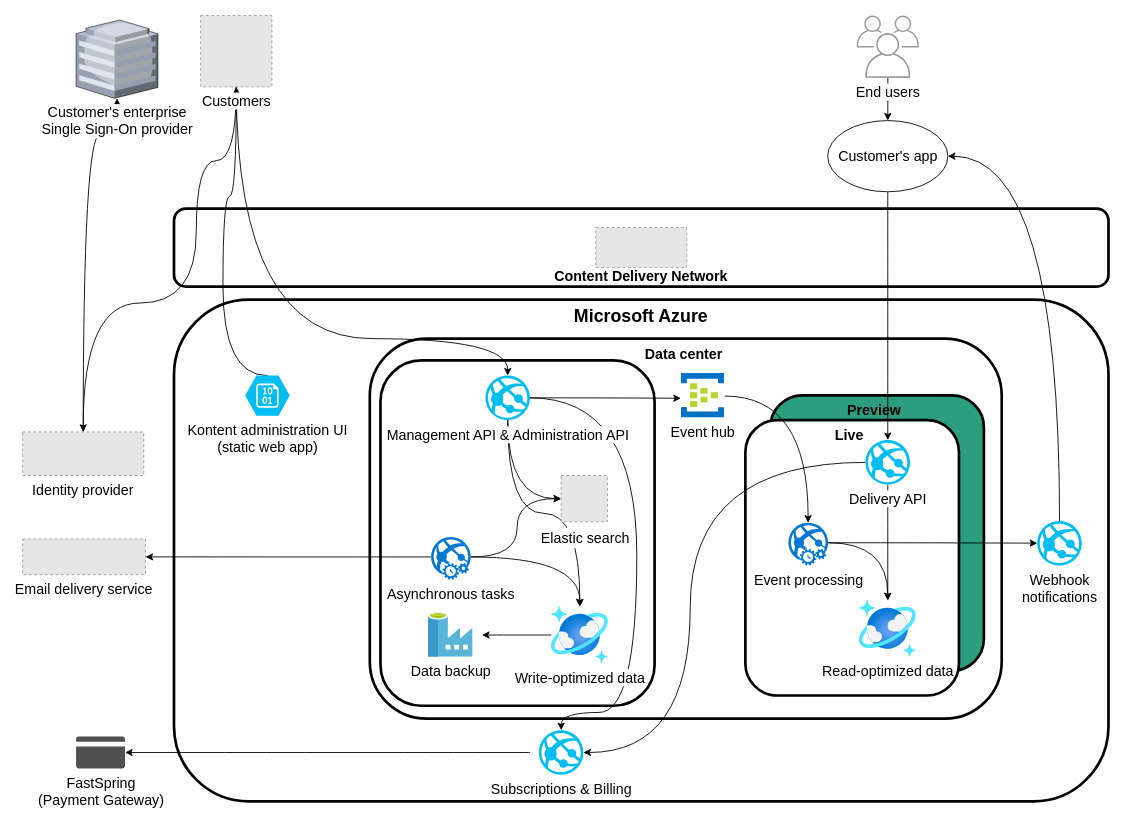
Before: architecture/kontent architecture lite.drawio in Kontent-ai-Learn/kontent-ai-learn-diagrams, a draw.io diagram. Source tidied: cells renumbered, new cells numbered last; positions are measured from the earlier drawing's top-left corner, leaving out a move shared by most shapes. Both pictures are drawn from the tidied source at 89%, with x=0, y=0 at pixel (22, 15). Pictures stored in the file or linked from it are replaced by grey dashed boxes.
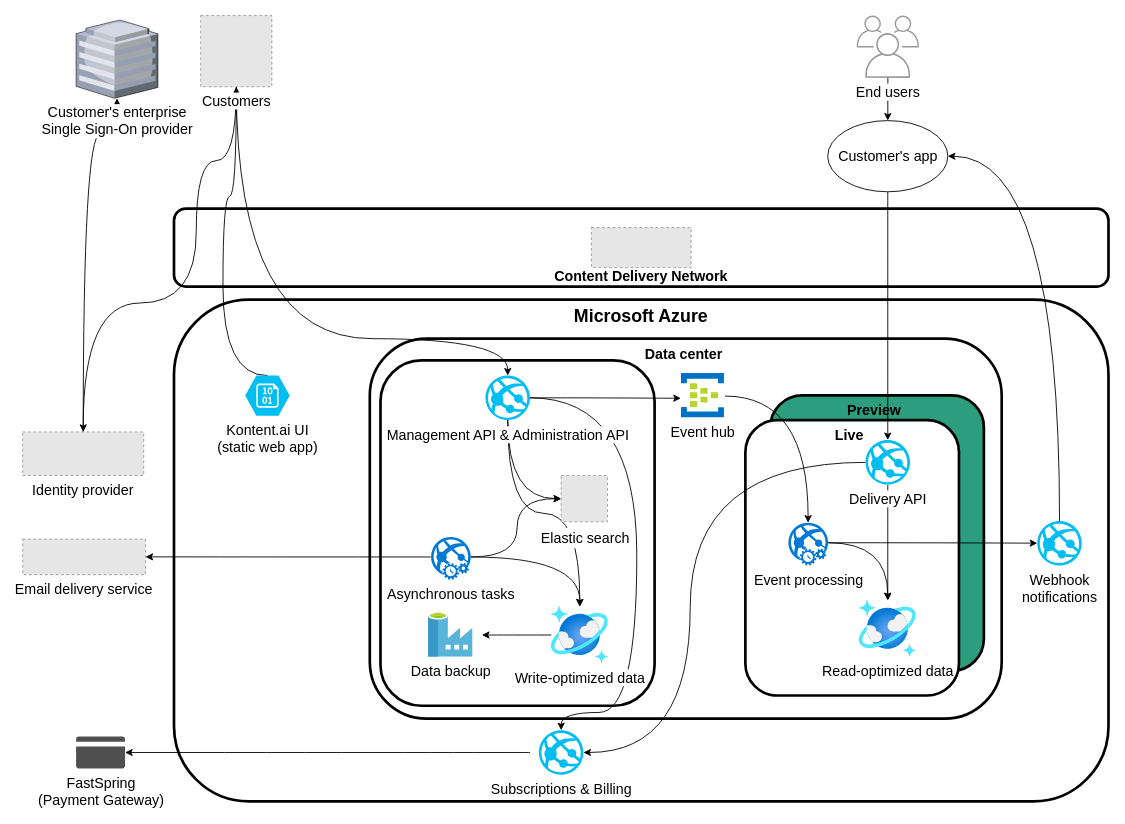
Above is the later version.

Change to the diagram source:
```diff
@@
-    <mxCell id="38" value="&lt;div style=&quot;font-size: 16px&quot;&gt;&lt;font style=&quot;font-size: 16px&quot;&gt;Kontent administration UI&lt;br&gt;&lt;/font&gt;&lt;/div&gt;&lt;div style=&quot;font-size: 16px&quot;&gt;&lt;font style=&quot;font-size: 16px&quot;&gt;(static web app)&lt;br&gt;&lt;/font&gt;&lt;/div&gt;" style="verticalLabelPosition=bottom;html=1;verticalAlign=top;align=center;strokeColor=none;fillColor=#00BEF2;shape=mxgraph.azure.storage_blob;fontSize=30;fontFamily=Work Sans;" parent="1" vertex="1">
+    <mxCell id="38" value="&lt;div style=&quot;font-size: 16px&quot;&gt;&lt;font style=&quot;font-size: 16px&quot;&gt;Kontent.ai UI&lt;br&gt;&lt;/font&gt;&lt;/div&gt;&lt;div style=&quot;font-size: 16px&quot;&gt;&lt;font style=&quot;font-size: 16px&quot;&gt;(static web app)&lt;br&gt;&lt;/font&gt;&lt;/div&gt;" style="verticalLabelPosition=bottom;html=1;verticalAlign=top;align=center;strokeColor=none;fillColor=#00BEF2;shape=mxgraph.azure.storage_blob;fontSize=30;fontFamily=Work Sans;" parent="1" vertex="1">
       <mxGeometry x="250" y="404.5" width="50" height="45" as="geometry" />
     </mxCell>
@@
     <mxCell id="42" style="fillColor=#E6E6E6;strokeColor=#999999;dashed=1;verticalLabelPosition=bottom;labelBackgroundColor=#ffffff;verticalAlign=top;fontStyle=0;labelPosition=center;align=center;fontSize=16;spacing=3;spacingTop=-4;fontFamily=Work Sans;" parent="1" vertex="1">
-      <mxGeometry x="643.9" y="238.2" width="102.1" height="45" as="geometry" />
+      <mxGeometry x="639" y="238.2" width="112" height="45" as="geometry" />
     </mxCell>
```
